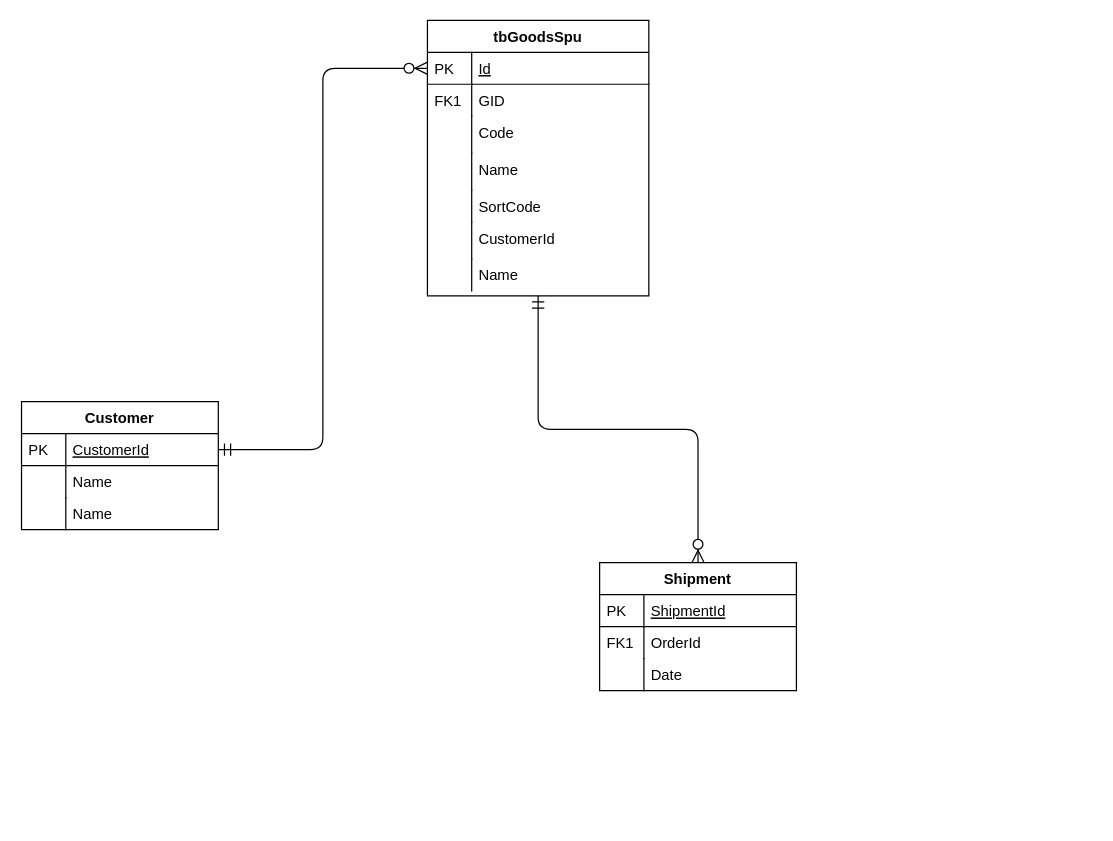
Earlier version of the draw.io diagram 未命名绘图.drawio (moxixuan/aboutme). Source tidied: cells renumbered, new cells numbered last; positions are measured from the earlier drawing's top-left corner, leaving out a move shared by most shapes. Both pictures are drawn from the tidied source at 123%, with x=0, y=0 at pixel (21, 20).
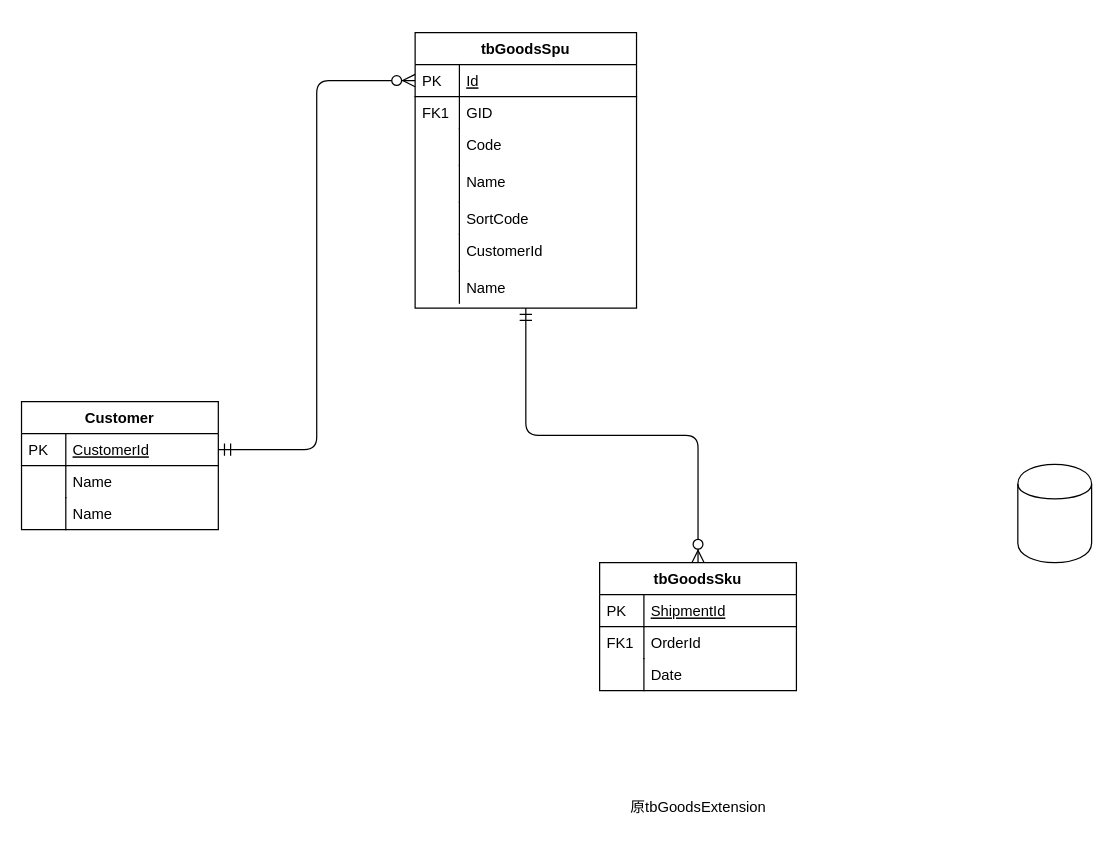
The same diagram, later.

Diff of the diagram source:
```diff
@@
-    <mxCell id="11" value="Shipment" style="swimlane;fontStyle=1;horizontal=1;startSize=26;rounded=0;shadow=0;strokeWidth=1;" parent="1" vertex="1">
+    <mxCell id="11" value="tbGoodsSku" style="swimlane;fontStyle=1;horizontal=1;startSize=26;rounded=0;shadow=0;strokeWidth=1;" parent="1" vertex="1">
       <mxGeometry x="470" y="441" width="160" height="104" as="geometry" />
     </mxCell>
@@
     <mxCell id="18" value="tbGoodsSpu" style="swimlane;fontStyle=1;horizontal=1;startSize=26;rounded=0;shadow=0;strokeWidth=1;" parent="1" vertex="1">
-      <mxGeometry x="330" width="180" height="224" as="geometry" />
+      <mxGeometry x="320" y="10" width="180" height="224" as="geometry" />
     </mxCell>
@@
+    <mxCell id="33" style="shape=cylinder;whiteSpace=wrap;html=1;boundedLbl=1;backgroundOutline=1;" parent="1" vertex="1">
+      <mxGeometry x="810" y="361" width="60" height="80" as="geometry" />
+    </mxCell>
+    <mxCell id="34" value="原tbGoodsExtension&lt;br&gt;" style="text;html=1;align=center;verticalAlign=middle;" parent="1" vertex="1">
+      <mxGeometry x="485" y="630" width="130" height="20" as="geometry" />
+    </mxCell>
```
